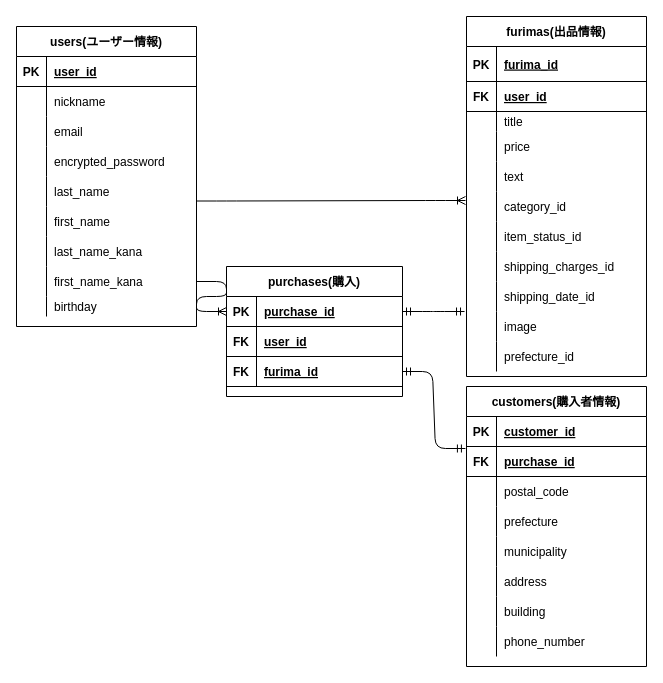
Earlier version of the draw.io diagram furima.dio (AlesisRay/furima-34733). Source tidied: cells renumbered, new cells numbered last; positions are measured from the earlier drawing's top-left corner, leaving out a move shared by most shapes. Both pictures are drawn from the tidied source at 100%, with x=0, y=0 at pixel (16, 16).
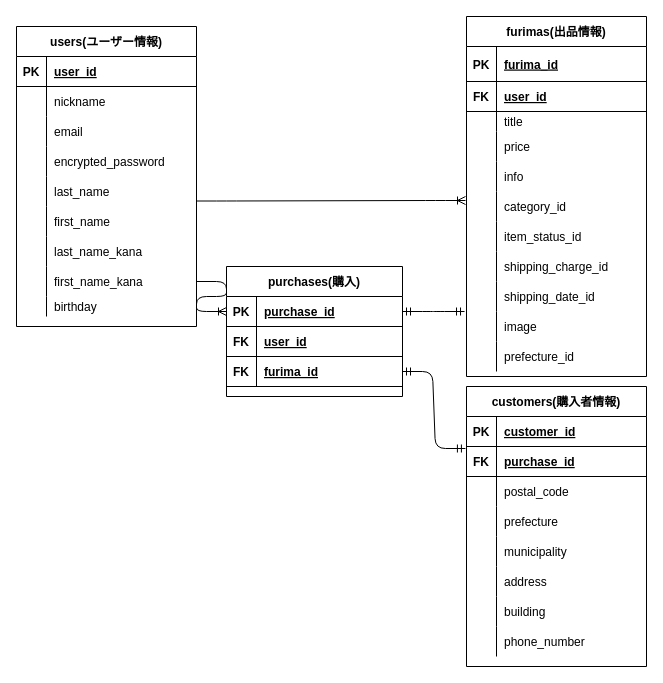
The same page after the edit.

Commit message:
ER図名前修正

The change refers to these unchanged cells:
```xml
<mxCell id="43" style="shape=partialRectangle;fillColor=none;top=0;left=0;bottom=0;right=0;" parent="30" vertex="1">
  <mxGeometry y="145" width="180" height="30" as="geometry" />
</mxCell>
<mxCell id="52" style="shape=partialRectangle;fillColor=none;top=0;left=0;bottom=0;right=0;" parent="30" vertex="1">
  <mxGeometry y="235" width="180" height="30" as="geometry" />
</mxCell>
```

What changed in the source:
```diff
@@
-    <mxCell id="45" value="text" style="shape=partialRectangle;fillColor=none;top=0;left=0;bottom=0;right=0;align=left;spacingLeft=6;overflow=hidden;" parent="43" vertex="1">
+    <mxCell id="45" value="info" style="shape=partialRectangle;fillColor=none;top=0;left=0;bottom=0;right=0;align=left;spacingLeft=6;overflow=hidden;" parent="43" vertex="1">
       <mxGeometry x="30" width="150" height="30" as="geometry" />
     </mxCell>
@@
-    <mxCell id="54" value="shipping_charges_id" style="shape=partialRectangle;fillColor=none;top=0;left=0;bottom=0;right=0;align=left;spacingLeft=6;overflow=hidden;" parent="52" vertex="1">
+    <mxCell id="54" value="shipping_charge_id" style="shape=partialRectangle;fillColor=none;top=0;left=0;bottom=0;right=0;align=left;spacingLeft=6;overflow=hidden;" parent="52" vertex="1">
       <mxGeometry x="30" width="150" height="30" as="geometry" />
     </mxCell>
```
